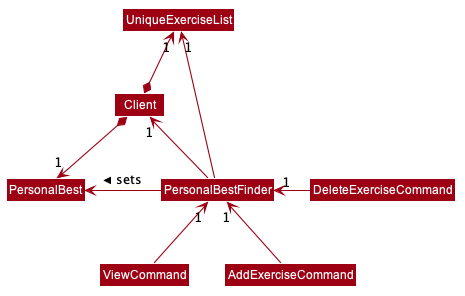
Before: images/PersonalBestClassDiagram.png, a diagram exported from PlantUML (AY1920S2-CS2103T-F11-2/main).
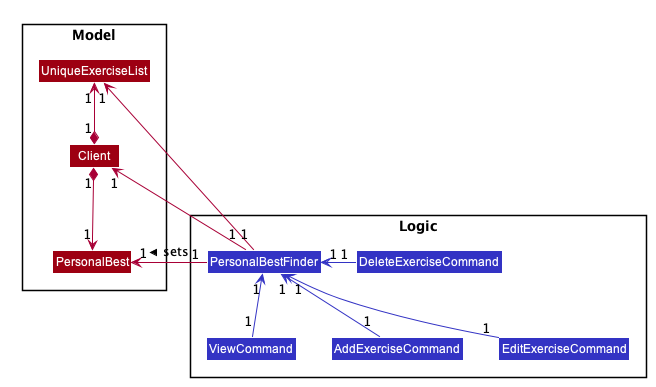
Above is the later version.

The edit, as a diff of the source:
```diff
@@ -47,19 +47,31 @@
 hide footbox
 hide members
 hide circle
-skinparam arrowThickness 1.1
-skinparam arrowColor #9D0012
-skinparam classBackgroundColor #9D0012
 
-Client *-down-> "1" PersonalBest
-Client *-up-> "1" UniqueExerciseList
+package Model {
+    Class Client #9D0012
+    Class PersonalBest #9D0012
+    Class UniqueExerciseList #9D0012
+}
 
-PersonalBestFinder -left-> PersonalBest : sets >
-PersonalBestFinder -left-> "1" Client
-PersonalBestFinder -left-> "1" UniqueExerciseList
+package Logic {
+    Class ViewCommand #3333C4
+    Class AddExerciseCommand #3333C4
+    Class EditExerciseCommand #3333C4
+    Class DeleteExerciseCommand #3333C4
+    Class PersonalBestFinder #3333C4
+}
 
-ViewCommand -up-> "1" PersonalBestFinder
-AddExerciseCommand -up-> "1" PersonalBestFinder
-DeleteExerciseCommand -left-> "1" PersonalBestFinder
+Client "1" *-down-> "1" PersonalBest
+Client "1" *-up-> "1" UniqueExerciseList
+
+PersonalBestFinder "1" -left-> "1" PersonalBest : sets >
+PersonalBestFinder "1" -left-> "1" Client
+PersonalBestFinder "1" -left-> "1" UniqueExerciseList
+
+ViewCommand "1" -up[#3333C4]-> "1" PersonalBestFinder
+AddExerciseCommand "1" -up[#3333C4]-> "1" PersonalBestFinder
+DeleteExerciseCommand "1" -left[#3333C4]-> "1" PersonalBestFinder
+EditExerciseCommand "1" -up[#3333C4]-> "1" PersonalBestFinder
 
 @enduml
```
